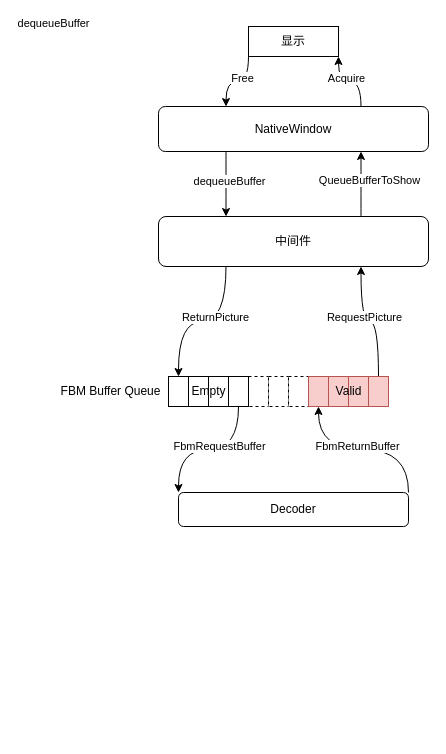
The draw.io diagram 未命名绘图.drawio in qjzh0603/drawio, before the edit. Source tidied: cells renumbered, new cells numbered last; positions are measured from the earlier drawing's top-left corner, leaving out a move shared by most shapes. Both pictures are drawn from the tidied source at 100%, with x=0, y=0 at pixel (50, 26).
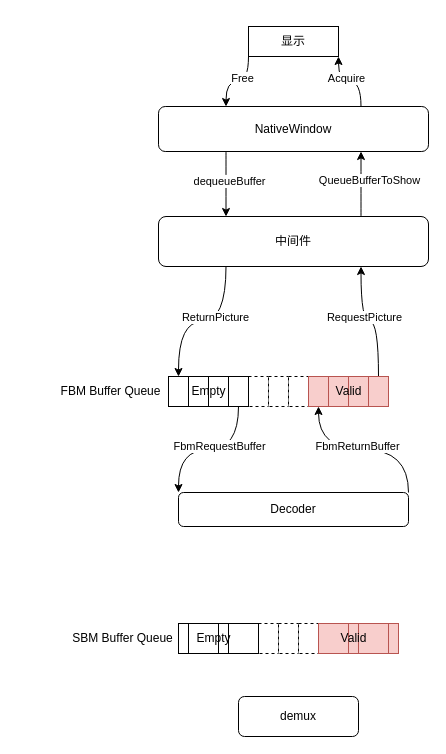
The same diagram, later.

Change to the diagram source:
```diff
@@
-    <mxCell id="28" value="dequeueBuffer" style="edgeLabel;html=1;align=center;verticalAlign=middle;" parent="1" vertex="1">
-      <mxGeometry x="0.19" relative="1" as="geometry">
-        <mxPoint x="2.5" y="-3.9" as="offset" />
-      </mxGeometry>
-    </mxCell>
@@
+    <mxCell id="41" style="rounded=0;whiteSpace=wrap;html=1;shadow=0;comic=0;dashed=1;" parent="1" vertex="1">
+      <mxGeometry x="208" y="597" width="20" height="30" as="geometry" />
+    </mxCell>
+    <mxCell id="42" style="rounded=0;whiteSpace=wrap;html=1;shadow=0;comic=0;dashed=1;" parent="1" vertex="1">
+      <mxGeometry x="228" y="597" width="20" height="30" as="geometry" />
+    </mxCell>
+    <mxCell id="43" style="rounded=0;whiteSpace=wrap;html=1;shadow=0;comic=0;dashed=1;" parent="1" vertex="1">
+      <mxGeometry x="248" y="597" width="20" height="30" as="geometry" />
+    </mxCell>
+    <mxCell id="44" value="SBM Buffer Queue" style="text;html=1;align=center;verticalAlign=middle;" parent="1" vertex="1">
+      <mxGeometry x="12" y="602" width="120" height="20" as="geometry" />
+    </mxCell>
+    <mxCell id="45" style="rounded=0;whiteSpace=wrap;html=1;shadow=0;comic=0;" parent="1" vertex="1">
+      <mxGeometry x="128" y="597" width="10" height="30" as="geometry" />
+    </mxCell>
+    <mxCell id="46" style="rounded=0;whiteSpace=wrap;html=1;shadow=0;comic=0;" parent="1" vertex="1">
+      <mxGeometry x="138" y="597" width="30" height="30" as="geometry" />
+    </mxCell>
+    <mxCell id="47" style="rounded=0;whiteSpace=wrap;html=1;shadow=0;comic=0;" parent="1" vertex="1">
+      <mxGeometry x="168" y="597" width="10" height="30" as="geometry" />
+    </mxCell>
+    <mxCell id="48" style="rounded=0;whiteSpace=wrap;html=1;shadow=0;comic=0;" parent="1" vertex="1">
+      <mxGeometry x="178" y="597" width="30" height="30" as="geometry" />
+    </mxCell>
+    <mxCell id="49" value="Empty" style="text;html=1;align=center;verticalAlign=middle;" parent="1" vertex="1">
+      <mxGeometry x="138" y="602" width="50" height="20" as="geometry" />
+    </mxCell>
+    <mxCell id="50" style="rounded=0;whiteSpace=wrap;html=1;shadow=0;comic=0;fillColor=#f8cecc;strokeColor=#b85450;" parent="1" vertex="1">
+      <mxGeometry x="268" y="597" width="30" height="30" as="geometry" />
+    </mxCell>
+    <mxCell id="51" style="rounded=0;whiteSpace=wrap;html=1;shadow=0;comic=0;fillColor=#f8cecc;strokeColor=#b85450;" parent="1" vertex="1">
+      <mxGeometry x="298" y="597" width="10" height="30" as="geometry" />
+    </mxCell>
+    <mxCell id="52" style="rounded=0;whiteSpace=wrap;html=1;shadow=0;comic=0;fillColor=#f8cecc;strokeColor=#b85450;" parent="1" vertex="1">
+      <mxGeometry x="308" y="597" width="30" height="30" as="geometry" />
+    </mxCell>
+    <mxCell id="53" style="rounded=0;whiteSpace=wrap;html=1;shadow=0;comic=0;fillColor=#f8cecc;strokeColor=#b85450;" parent="1" vertex="1">
+      <mxGeometry x="338" y="597" width="10" height="30" as="geometry" />
+    </mxCell>
+    <mxCell id="54" value="Valid" style="text;html=1;align=center;verticalAlign=middle;fillColor=none;strokeColor=none;rounded=0;shadow=0;dashed=1;comic=0;" parent="1" vertex="1">
+      <mxGeometry x="283" y="602" width="40" height="20" as="geometry" />
+    </mxCell>
+    <mxCell id="55" value="demux" style="rounded=1;whiteSpace=wrap;html=1;shadow=0;comic=0;" parent="1" vertex="1">
+      <mxGeometry x="188" y="670" width="120" height="40" as="geometry" />
+    </mxCell>
```
